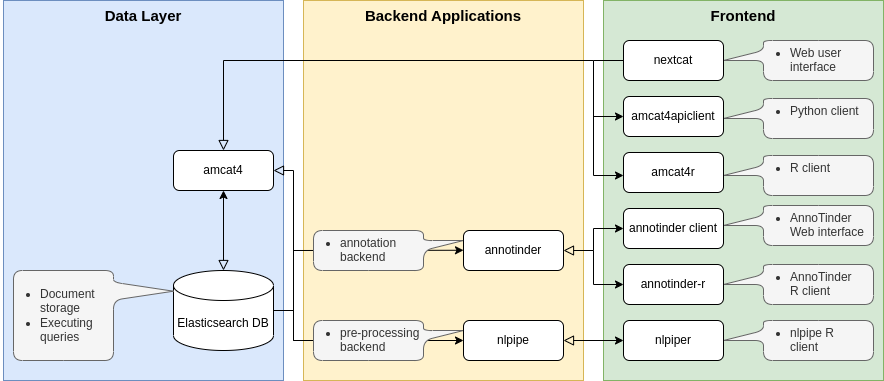
The draw.io diagram media/amcat-flow.drawio.png in JBGruber/amcat-book, before a commit. Source tidied: cells renumbered, new cells last; positions are measured from the earlier drawing's top-left corner, leaving out a move shared by most shapes.
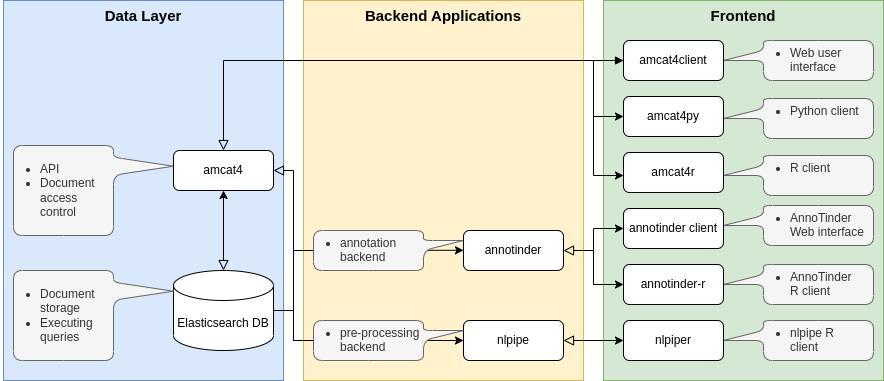
The same diagram one commit later.

Diff of the diagram source:
```diff
@@ -5,9 +5,6 @@
     <mxCell id="2" value="Data Layer" style="rounded=0;whiteSpace=wrap;html=1;strokeWidth=1;verticalAlign=top;fontStyle=1;fontSize=15;fillColor=#dae8fc;strokeColor=#6c8ebf;flipH=1;flipV=1;" parent="1" vertex="1">
       <mxGeometry width="280" height="380" as="geometry" />
     </mxCell>
-    <mxCell id="3" value="amcat4" style="rounded=1;whiteSpace=wrap;html=1;fontSize=12;glass=0;strokeWidth=1;shadow=0;imageWidth=24;" parent="1" vertex="1">
-      <mxGeometry x="170" y="150" width="100" height="40" as="geometry" />
-    </mxCell>
     <mxCell id="4" value="Repair Lamp" style="rounded=1;whiteSpace=wrap;html=1;fontSize=12;glass=0;strokeWidth=1;shadow=0;" parent="1" vertex="1">
       <mxGeometry x="414" y="20" width="120" height="40" as="geometry" />
     </mxCell>
@@ -51,12 +48,12 @@
     <mxCell id="13" value="&lt;ul&gt;&lt;li&gt;Web user interface&lt;/li&gt;&lt;/ul&gt;" style="shape=callout;whiteSpace=wrap;html=1;perimeter=calloutPerimeter;perimeterSpacing=0;rounded=1;position2=0.5;base=10;size=40;position=0.25;rotation=0;arcSize=18;align=left;verticalAlign=top;spacing=0;spacingRight=0;spacingLeft=-13;strokeWidth=1;fillColor=#f5f5f5;fontColor=#333333;strokeColor=#666666;direction=south;spacingBottom=0;spacingTop=-11;" parent="1" vertex="1">
       <mxGeometry x="720" y="40" width="150" height="40" as="geometry" />
     </mxCell>
-    <mxCell id="14" style="endArrow=none;html=1;rounded=0;fontSize=15;entryX=0;entryY=0.5;entryDx=0;entryDy=0;endFill=0;" parent="1" edge="1" target="15">
+    <mxCell id="14" style="endArrow=block;html=1;rounded=0;fontSize=15;entryX=0;entryY=0.5;entryDx=0;entryDy=0;endFill=1;" parent="1" edge="1" target="15">
       <mxGeometry relative="1" as="geometry">
         <mxPoint x="590" y="60" as="sourcePoint" />
       </mxGeometry>
     </mxCell>
-    <mxCell id="15" value="nextcat" style="rounded=1;whiteSpace=wrap;html=1;fontSize=12;glass=0;strokeWidth=1;shadow=0;" parent="1" vertex="1">
+    <mxCell id="15" value="amcat4client" style="rounded=1;whiteSpace=wrap;html=1;fontSize=12;glass=0;strokeWidth=1;shadow=0;" parent="1" vertex="1">
       <mxGeometry x="620" y="40" width="100" height="40" as="geometry" />
     </mxCell>
     <mxCell id="16" value="&lt;ul&gt;&lt;li&gt;Python client&lt;/li&gt;&lt;/ul&gt;" style="shape=callout;whiteSpace=wrap;html=1;perimeter=calloutPerimeter;perimeterSpacing=0;rounded=1;position2=0.5;base=10;size=40;position=0.25;rotation=0;arcSize=18;align=left;verticalAlign=top;spacing=0;spacingRight=0;spacingLeft=-13;strokeWidth=1;fillColor=#f5f5f5;fontColor=#333333;strokeColor=#666666;direction=south;spacingBottom=0;spacingTop=-11;" parent="1" vertex="1">
@@ -65,7 +62,7 @@
     <mxCell id="17" value="&lt;ul&gt;&lt;li&gt;R client&lt;/li&gt;&lt;/ul&gt;" style="shape=callout;whiteSpace=wrap;html=1;perimeter=calloutPerimeter;perimeterSpacing=0;rounded=1;position2=0.5;base=10;size=40;position=0.25;rotation=0;arcSize=18;align=left;verticalAlign=top;spacing=0;spacingRight=0;spacingLeft=-13;strokeWidth=1;fillColor=#f5f5f5;fontColor=#333333;strokeColor=#666666;direction=south;spacingBottom=0;spacingTop=-11;" parent="1" vertex="1">
       <mxGeometry x="720" y="155" width="150" height="40" as="geometry" />
     </mxCell>
-    <mxCell id="18" value="amcat4apiclient" style="rounded=1;whiteSpace=wrap;html=1;fontSize=12;glass=0;strokeWidth=1;shadow=0;" parent="1" vertex="1">
+    <mxCell id="18" value="amcat4py" style="rounded=1;whiteSpace=wrap;html=1;fontSize=12;glass=0;strokeWidth=1;shadow=0;" parent="1" vertex="1">
       <mxGeometry x="620" y="96" width="100" height="40" as="geometry" />
     </mxCell>
     <mxCell id="19" style="endArrow=classic;html=1;rounded=0;fontSize=15;entryX=0;entryY=0.5;entryDx=0;entryDy=0;" parent="1" edge="1">
@@ -143,5 +140,11 @@
     <mxCell id="35" value="amcat4r" style="rounded=1;whiteSpace=wrap;html=1;fontSize=12;glass=0;strokeWidth=1;shadow=0;" parent="1" vertex="1">
       <mxGeometry x="620" y="152" width="100" height="40" as="geometry" />
     </mxCell>
+    <mxCell id="36" value="&lt;ul&gt;&lt;li&gt;API&lt;/li&gt;&lt;li&gt;Document access control&lt;/li&gt;&lt;/ul&gt;" style="shape=callout;whiteSpace=wrap;html=1;perimeter=calloutPerimeter;perimeterSpacing=0;rounded=1;position2=0.77;base=18;size=60;position=0.67;rotation=0;arcSize=18;align=left;verticalAlign=top;spacing=0;spacingRight=0;spacingLeft=-13;strokeWidth=1;fillColor=#f5f5f5;fontColor=#333333;strokeColor=#666666;direction=north;" parent="1" vertex="1">
+      <mxGeometry x="10" y="145" width="160" height="90" as="geometry" />
+    </mxCell>
+    <mxCell id="3" value="amcat4" style="rounded=1;whiteSpace=wrap;html=1;fontSize=12;glass=0;strokeWidth=1;shadow=0;imageWidth=24;" parent="1" vertex="1">
+      <mxGeometry x="170" y="150" width="100" height="40" as="geometry" />
+    </mxCell>
   </root>
 </mxGraphModel>
```
